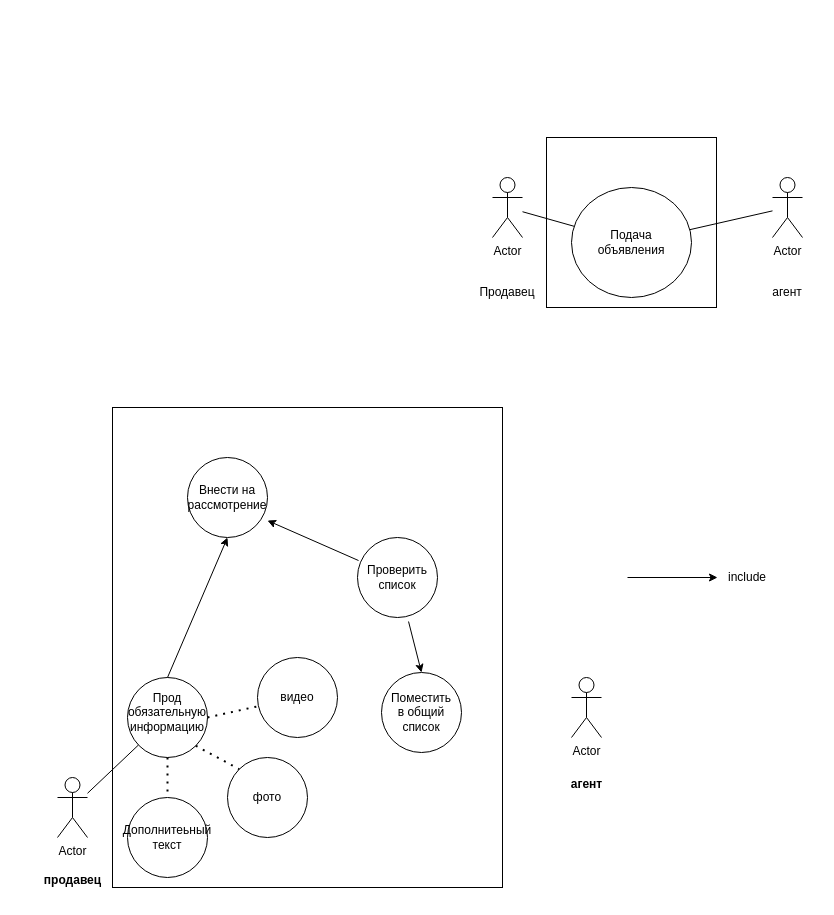
Before: Диаграмма без названия.drawio in DarkMoonLi/-, a draw.io diagram. Source tidied: cells renumbered, new cells numbered last; positions are measured from the earlier drawing's top-left corner, leaving out a move shared by most shapes. Both pictures are drawn from the tidied source at 100%, with x=0, y=0 at pixel (32, 137).
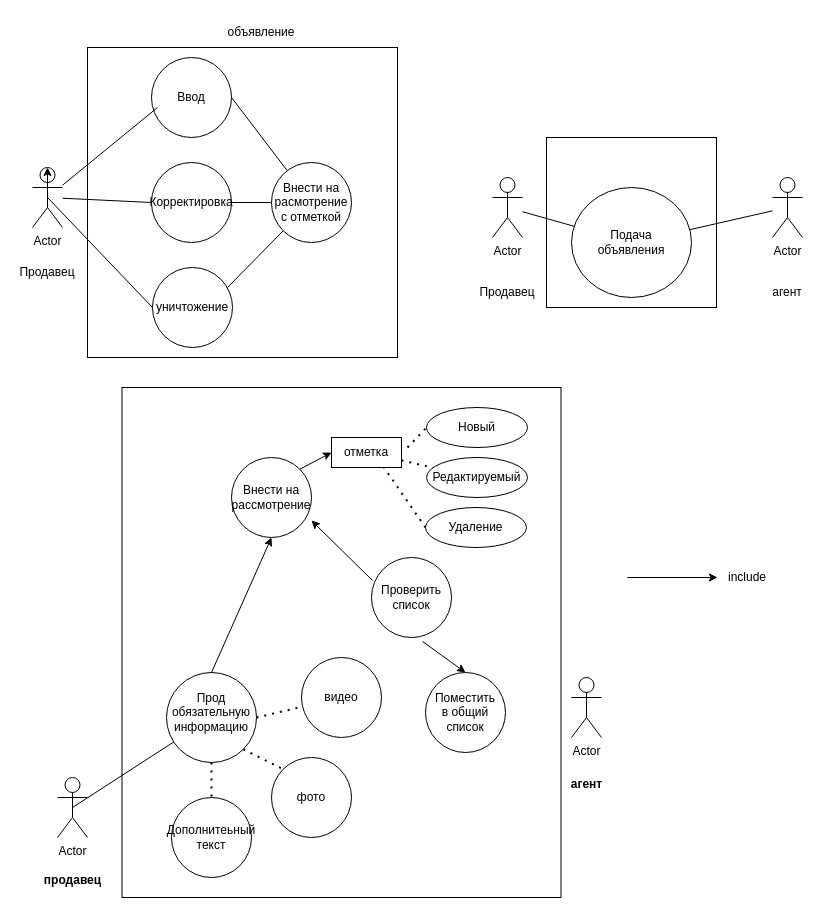
After the change.

Unchanged cells that the change refers to:
```xml
<mxCell id="13" value="Actor" style="shape=umlActor;verticalLabelPosition=bottom;verticalAlign=top;html=1;outlineConnect=0;" parent="1" vertex="1">
  <mxGeometry x="25" y="640" width="30" height="60" as="geometry" />
</mxCell>
```

Diff of the diagram source:
```diff
@@
     <mxCell id="2" style="rounded=0;whiteSpace=wrap;html=1;" parent="1" vertex="1">
-      <mxGeometry x="80" y="270" width="390" height="480" as="geometry" />
+      <mxGeometry x="89.5" y="250" width="439" height="510" as="geometry" />
     </mxCell>
@@
     <mxCell id="14" style="ellipse;whiteSpace=wrap;html=1;" parent="1" vertex="1">
-      <mxGeometry x="95" y="540" width="80" height="80" as="geometry" />
+      <mxGeometry x="134" y="535" width="90" height="90" as="geometry" />
     </mxCell>
-    <mxCell id="15" style="endArrow=none;html=1;rounded=0;" parent="1" edge="1" source="13" target="14">
+    <mxCell id="15" style="endArrow=none;html=1;rounded=0;exitX=0.5;exitY=0.5;exitDx=0;exitDy=0;exitPerimeter=0;" parent="1" edge="1" source="13" target="14">
       <mxGeometry relative="1" as="geometry" />
     </mxCell>
     <mxCell id="16" value="Прод&lt;br&gt;обязательную информацию" style="text;html=1;strokeColor=none;fillColor=none;align=center;verticalAlign=middle;whiteSpace=wrap;rounded=0;" parent="1" vertex="1">
-      <mxGeometry x="105" y="560" width="60" height="30" as="geometry" />
+      <mxGeometry x="149" y="560" width="60" height="30" as="geometry" />
     </mxCell>
     <mxCell id="17" style="endArrow=none;dashed=1;html=1;dashPattern=1 3;strokeWidth=2;rounded=0;exitX=0.5;exitY=1;exitDx=0;exitDy=0;" parent="1" edge="1" source="14">
       <mxGeometry relative="1" as="geometry">
-        <mxPoint x="135" y="660" as="targetPoint" />
+        <mxPoint x="179" y="660" as="targetPoint" />
       </mxGeometry>
     </mxCell>
     <mxCell id="18" style="ellipse;whiteSpace=wrap;html=1;" parent="1" vertex="1">
-      <mxGeometry x="95" y="660" width="80" height="80" as="geometry" />
+      <mxGeometry x="139" y="660" width="80" height="80" as="geometry" />
     </mxCell>
     <mxCell id="19" value="Дополнитеьный текст" style="text;html=1;strokeColor=none;fillColor=none;align=center;verticalAlign=middle;whiteSpace=wrap;rounded=0;" parent="1" vertex="1">
-      <mxGeometry x="105" y="685" width="60" height="30" as="geometry" />
+      <mxGeometry x="149" y="685" width="60" height="30" as="geometry" />
     </mxCell>
     <mxCell id="20" style="ellipse;whiteSpace=wrap;html=1;" parent="1" vertex="1">
-      <mxGeometry x="195" y="620" width="80" height="80" as="geometry" />
+      <mxGeometry x="239" y="620" width="80" height="80" as="geometry" />
     </mxCell>
     <mxCell id="21" style="ellipse;whiteSpace=wrap;html=1;" parent="1" vertex="1">
-      <mxGeometry x="225" y="520" width="80" height="80" as="geometry" />
+      <mxGeometry x="269" y="520" width="80" height="80" as="geometry" />
     </mxCell>
@@
     <mxCell id="24" value="фото" style="text;html=1;strokeColor=none;fillColor=none;align=center;verticalAlign=middle;whiteSpace=wrap;rounded=0;" parent="1" vertex="1">
-      <mxGeometry x="205" y="645" width="60" height="30" as="geometry" />
+      <mxGeometry x="249" y="645" width="60" height="30" as="geometry" />
     </mxCell>
     <mxCell id="25" value="видео" style="text;html=1;strokeColor=none;fillColor=none;align=center;verticalAlign=middle;whiteSpace=wrap;rounded=0;" parent="1" vertex="1">
-      <mxGeometry x="235" y="545" width="60" height="30" as="geometry" />
+      <mxGeometry x="279" y="545" width="60" height="30" as="geometry" />
     </mxCell>
     <mxCell id="26" style="ellipse;whiteSpace=wrap;html=1;" parent="1" vertex="1">
-      <mxGeometry x="155" y="320" width="80" height="80" as="geometry" />
+      <mxGeometry x="199" y="320" width="80" height="80" as="geometry" />
     </mxCell>
     <mxCell id="27" value="Внести на рассмотрение" style="text;html=1;strokeColor=none;fillColor=none;align=center;verticalAlign=middle;whiteSpace=wrap;rounded=0;" parent="1" vertex="1">
-      <mxGeometry x="165" y="345" width="60" height="30" as="geometry" />
+      <mxGeometry x="209" y="345" width="60" height="30" as="geometry" />
     </mxCell>
@@
     <mxCell id="29" style="ellipse;whiteSpace=wrap;html=1;" parent="1" vertex="1">
-      <mxGeometry x="325" y="400" width="80" height="80" as="geometry" />
+      <mxGeometry x="339" y="420" width="80" height="80" as="geometry" />
     </mxCell>
     <mxCell id="30" value="Проверить список" style="text;html=1;strokeColor=none;fillColor=none;align=center;verticalAlign=middle;whiteSpace=wrap;rounded=0;" parent="1" vertex="1">
-      <mxGeometry x="335" y="425" width="60" height="30" as="geometry" />
+      <mxGeometry x="349" y="445" width="60" height="30" as="geometry" />
     </mxCell>
@@
     <mxCell id="34" style="ellipse;whiteSpace=wrap;html=1;" parent="1" vertex="1">
-      <mxGeometry x="349" y="535" width="80" height="80" as="geometry" />
+      <mxGeometry x="393" y="535" width="80" height="80" as="geometry" />
     </mxCell>
     <mxCell id="35" value="Поместить в общий список" style="text;html=1;strokeColor=none;fillColor=none;align=center;verticalAlign=middle;whiteSpace=wrap;rounded=0;" parent="1" vertex="1">
-      <mxGeometry x="359" y="560" width="60" height="30" as="geometry" />
+      <mxGeometry x="403" y="560" width="60" height="30" as="geometry" />
     </mxCell>
@@
+    <mxCell id="39" value="Actor" style="shape=umlActor;verticalLabelPosition=bottom;verticalAlign=top;html=1;outlineConnect=0;" parent="1" vertex="1">
+      <mxGeometry y="30" width="30" height="60" as="geometry" />
+    </mxCell>
+    <mxCell id="40" style="rounded=0;whiteSpace=wrap;html=1;" parent="1" vertex="1">
+      <mxGeometry x="55" y="-90" width="310" height="310" as="geometry" />
+    </mxCell>
+    <mxCell id="41" style="edgeStyle=orthogonalEdgeStyle;rounded=0;orthogonalLoop=1;jettySize=auto;html=1;exitX=0.5;exitY=0.5;exitDx=0;exitDy=0;exitPerimeter=0;entryX=0.5;entryY=0;entryDx=0;entryDy=0;entryPerimeter=0;" parent="1" edge="1" source="39" target="39">
+      <mxGeometry relative="1" as="geometry" />
+    </mxCell>
+    <mxCell id="42" value="Ввод" style="ellipse;whiteSpace=wrap;html=1;" parent="1" vertex="1">
+      <mxGeometry x="119" y="-80" width="80" height="80" as="geometry" />
+    </mxCell>
+    <mxCell id="43" value="Корректировка" style="ellipse;whiteSpace=wrap;html=1;" parent="1" vertex="1">
+      <mxGeometry x="119" y="25" width="80" height="80" as="geometry" />
+    </mxCell>
+    <mxCell id="44" value="уничтожение" style="ellipse;whiteSpace=wrap;html=1;" parent="1" vertex="1">
+      <mxGeometry x="120" y="130" width="80" height="80" as="geometry" />
+    </mxCell>
+    <mxCell id="45" value="Продавец" style="text;html=1;strokeColor=none;fillColor=none;align=center;verticalAlign=middle;whiteSpace=wrap;rounded=0;" parent="1" vertex="1">
+      <mxGeometry x="-15" y="120" width="60" height="30" as="geometry" />
+    </mxCell>
+    <mxCell id="46" value="объявление" style="text;html=1;strokeColor=none;fillColor=none;align=center;verticalAlign=middle;whiteSpace=wrap;rounded=0;" parent="1" vertex="1">
+      <mxGeometry x="199" y="-120" width="60" height="30" as="geometry" />
+    </mxCell>
+    <mxCell id="47" style="endArrow=none;html=1;rounded=0;entryX=0.075;entryY=0.625;entryDx=0;entryDy=0;entryPerimeter=0;" parent="1" edge="1" source="39" target="42">
+      <mxGeometry relative="1" as="geometry" />
+    </mxCell>
+    <mxCell id="48" style="endArrow=none;html=1;rounded=0;entryX=0;entryY=0.5;entryDx=0;entryDy=0;" parent="1" edge="1" source="39" target="43">
+      <mxGeometry relative="1" as="geometry" />
+    </mxCell>
+    <mxCell id="49" style="endArrow=none;html=1;rounded=0;exitX=0.5;exitY=0.5;exitDx=0;exitDy=0;exitPerimeter=0;entryX=0;entryY=0.5;entryDx=0;entryDy=0;" parent="1" edge="1" source="39" target="44">
+      <mxGeometry relative="1" as="geometry" />
+    </mxCell>
+    <mxCell id="50" value="Внести на расмотрение с отметкой" style="ellipse;whiteSpace=wrap;html=1;" parent="1" vertex="1">
+      <mxGeometry x="239" y="25" width="80" height="80" as="geometry" />
+    </mxCell>
+    <mxCell id="51" style="endArrow=none;html=1;rounded=0;exitX=1;exitY=0.5;exitDx=0;exitDy=0;" parent="1" edge="1" source="42" target="50">
+      <mxGeometry relative="1" as="geometry" />
+    </mxCell>
+    <mxCell id="52" style="endArrow=none;html=1;rounded=0;" parent="1" edge="1" source="43" target="50">
+      <mxGeometry relative="1" as="geometry" />
+    </mxCell>
+    <mxCell id="53" style="endArrow=none;html=1;rounded=0;entryX=0;entryY=1;entryDx=0;entryDy=0;" parent="1" edge="1" target="50">
+      <mxGeometry relative="1" as="geometry">
+        <mxPoint x="195" y="150" as="sourcePoint" />
+      </mxGeometry>
+    </mxCell>
+    <mxCell id="54" value="отметка" style="rounded=0;whiteSpace=wrap;html=1;" parent="1" vertex="1">
+      <mxGeometry x="299" y="300" width="70" height="30" as="geometry" />
+    </mxCell>
+    <mxCell id="55" value="Новый" style="ellipse;whiteSpace=wrap;html=1;" parent="1" vertex="1">
+      <mxGeometry x="394" y="270" width="101" height="40" as="geometry" />
+    </mxCell>
+    <mxCell id="56" value="Редактируемый" style="ellipse;whiteSpace=wrap;html=1;" parent="1" vertex="1">
+      <mxGeometry x="394" y="320" width="101" height="40" as="geometry" />
+    </mxCell>
+    <mxCell id="57" value="Удаление" style="ellipse;whiteSpace=wrap;html=1;" parent="1" vertex="1">
+      <mxGeometry x="393" y="370" width="101" height="40" as="geometry" />
+    </mxCell>
+    <mxCell id="58" style="endArrow=none;dashed=1;html=1;dashPattern=1 3;strokeWidth=2;rounded=0;entryX=0;entryY=0.5;entryDx=0;entryDy=0;" parent="1" edge="1" target="55">
+      <mxGeometry relative="1" as="geometry">
+        <mxPoint x="375" y="310" as="sourcePoint" />
+      </mxGeometry>
+    </mxCell>
+    <mxCell id="59" style="endArrow=none;dashed=1;html=1;dashPattern=1 3;strokeWidth=2;rounded=0;" parent="1" edge="1" source="54" target="56">
+      <mxGeometry relative="1" as="geometry" />
+    </mxCell>
+    <mxCell id="60" style="endArrow=none;dashed=1;html=1;dashPattern=1 3;strokeWidth=2;rounded=0;exitX=0;exitY=0.5;exitDx=0;exitDy=0;entryX=0.75;entryY=1;entryDx=0;entryDy=0;" parent="1" edge="1" source="57" target="54">
+      <mxGeometry relative="1" as="geometry" />
+    </mxCell>
+    <mxCell id="61" style="endArrow=classic;html=1;rounded=0;exitX=1;exitY=0;exitDx=0;exitDy=0;entryX=0;entryY=0.5;entryDx=0;entryDy=0;" parent="1" edge="1" source="26" target="54">
+      <mxGeometry relative="1" as="geometry" />
+    </mxCell>
```
